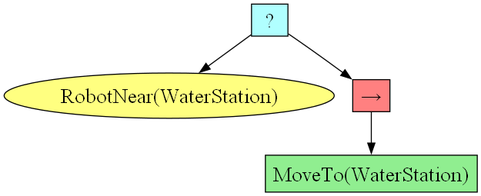
Above: test_exp/behavior_tree.png in DIDS-EI/BTPG (Graphviz), before the change. Its source is kept beside it as test_exp/behavior_tree.dot.
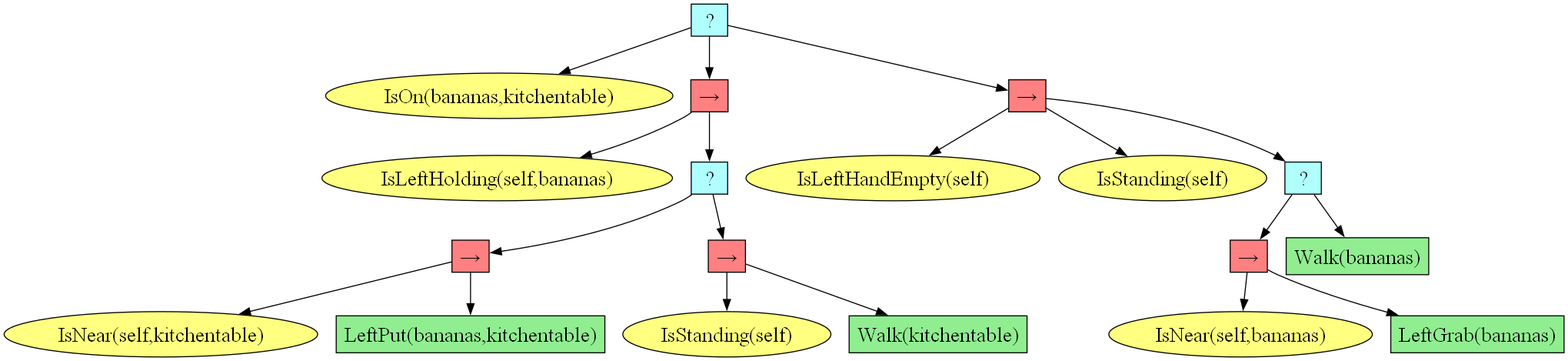
After the change.

The edit, as a diff of the source:
```diff
@@ -3,11 +3,41 @@
 graph [fontname="times-roman"];
 node [fontname="times-roman"];
 edge [fontname="times-roman"];
-"3682ac5f-3f0c-4589-946e-33cbb49733e6" [fillcolor="#B0FFFF", fontcolor=black, fontsize=20, height=0.01, label=" ? ", shape=box, style=filled, width=0.01];
-"6dd4cdb3-5565-4284-be85-cabf64c3326d" [fillcolor="#FFFF80", fontcolor=black, fontsize=20, label="RobotNear(WaterStation)", shape=ellipse, style=filled];
-"3682ac5f-3f0c-4589-946e-33cbb49733e6" -> "6dd4cdb3-5565-4284-be85-cabf64c3326d";
-"3d406a07-ed94-4895-8a86-f107ba8ebd3d" [fillcolor="#FF8080", fontcolor=black, fontsize=20, height=0.01, label="&rarr;", shape=box, style=filled, width=0.01];
-"3682ac5f-3f0c-4589-946e-33cbb49733e6" -> "3d406a07-ed94-4895-8a86-f107ba8ebd3d";
-"e2eb79e3-df96-4b8c-af42-9c1dff7f5a15" [fillcolor=lightgreen, fontcolor=black, fontsize=20, label="MoveTo(WaterStation)", shape=box, style=filled];
-"3d406a07-ed94-4895-8a86-f107ba8ebd3d" -> "e2eb79e3-df96-4b8c-af42-9c1dff7f5a15";
+"40f82983-9d9c-406b-8596-ec997982a6ed" [fillcolor="#B0FFFF", fontcolor=black, fontsize=20, height=0.01, label=" ? ", shape=box, style=filled, width=0.01];
+"16200e71-0574-4304-a02e-e43d4520b7f6" [fillcolor="#FFFF80", fontcolor=black, fontsize=20, label="IsOn(bananas,kitchentable)", shape=ellipse, style=filled];
+"40f82983-9d9c-406b-8596-ec997982a6ed" -> "16200e71-0574-4304-a02e-e43d4520b7f6";
+"a3d5c5c7-b396-41d6-abc4-cf937ff321f8" [fillcolor="#FF8080", fontcolor=black, fontsize=20, height=0.01, label="&rarr;", shape=box, style=filled, width=0.01];
+"40f82983-9d9c-406b-8596-ec997982a6ed" -> "a3d5c5c7-b396-41d6-abc4-cf937ff321f8";
+"e4f90367-a468-4d9b-9986-2e297e361738" [fillcolor="#FFFF80", fontcolor=black, fontsize=20, label="IsLeftHolding(self,bananas)", shape=ellipse, style=filled];
+"a3d5c5c7-b396-41d6-abc4-cf937ff321f8" -> "e4f90367-a468-4d9b-9986-2e297e361738";
+"5a3b6505-2d5f-41e8-a112-a7fbfb0b7207" [fillcolor="#B0FFFF", fontcolor=black, fontsize=20, height=0.01, label=" ? ", shape=box, style=filled, width=0.01];
+"a3d5c5c7-b396-41d6-abc4-cf937ff321f8" -> "5a3b6505-2d5f-41e8-a112-a7fbfb0b7207";
+"6379d0ea-50d9-4bb2-a4da-4aa83838ca2d" [fillcolor="#FF8080", fontcolor=black, fontsize=20, height=0.01, label="&rarr;", shape=box, style=filled, width=0.01];
+"5a3b6505-2d5f-41e8-a112-a7fbfb0b7207" -> "6379d0ea-50d9-4bb2-a4da-4aa83838ca2d";
+"ab361e4c-1574-41ef-80e0-39c66134d927" [fillcolor="#FFFF80", fontcolor=black, fontsize=20, label="IsNear(self,kitchentable)", shape=ellipse, style=filled];
+"6379d0ea-50d9-4bb2-a4da-4aa83838ca2d" -> "ab361e4c-1574-41ef-80e0-39c66134d927";
+"bf61431f-1dd8-4c15-87e6-ecb0b1310901" [fillcolor=lightgreen, fontcolor=black, fontsize=20, label="LeftPut(bananas,kitchentable)", shape=box, style=filled];
+"6379d0ea-50d9-4bb2-a4da-4aa83838ca2d" -> "bf61431f-1dd8-4c15-87e6-ecb0b1310901";
+"74c73ca9-314f-4df0-a4b1-ecd2e4e188db" [fillcolor="#FF8080", fontcolor=black, fontsize=20, height=0.01, label="&rarr;", shape=box, style=filled, width=0.01];
+"5a3b6505-2d5f-41e8-a112-a7fbfb0b7207" -> "74c73ca9-314f-4df0-a4b1-ecd2e4e188db";
+"d01ee830-f73d-4e5c-ac31-7da692244c28" [fillcolor="#FFFF80", fontcolor=black, fontsize=20, label="IsStanding(self)", shape=ellipse, style=filled];
+"74c73ca9-314f-4df0-a4b1-ecd2e4e188db" -> "d01ee830-f73d-4e5c-ac31-7da692244c28";
+"3198800f-9385-4e59-a275-16dbc992dbc7" [fillcolor=lightgreen, fontcolor=black, fontsize=20, label="Walk(kitchentable)", shape=box, style=filled];
+"74c73ca9-314f-4df0-a4b1-ecd2e4e188db" -> "3198800f-9385-4e59-a275-16dbc992dbc7";
+"9b5aa33a-eee5-478f-9d2c-d781448f0702" [fillcolor="#FF8080", fontcolor=black, fontsize=20, height=0.01, label="&rarr;", shape=box, style=filled, width=0.01];
+"40f82983-9d9c-406b-8596-ec997982a6ed" -> "9b5aa33a-eee5-478f-9d2c-d781448f0702";
+"8ae724f1-8840-4f36-9e93-8e6c21063c74" [fillcolor="#FFFF80", fontcolor=black, fontsize=20, label="IsLeftHandEmpty(self)", shape=ellipse, style=filled];
+"9b5aa33a-eee5-478f-9d2c-d781448f0702" -> "8ae724f1-8840-4f36-9e93-8e6c21063c74";
+"03ac7de2-fa3b-4048-a3b3-c958cc95be7e" [fillcolor="#FFFF80", fontcolor=black, fontsize=20, label="IsStanding(self)", shape=ellipse, style=filled];
+"9b5aa33a-eee5-478f-9d2c-d781448f0702" -> "03ac7de2-fa3b-4048-a3b3-c958cc95be7e";
+"6b944195-2440-4d86-be34-6f605774c98a" [fillcolor="#B0FFFF", fontcolor=black, fontsize=20, height=0.01, label=" ? ", shape=box, style=filled, width=0.01];
+"9b5aa33a-eee5-478f-9d2c-d781448f0702" -> "6b944195-2440-4d86-be34-6f605774c98a";
+"51a212ee-7208-40d9-b470-fb4bcd508642" [fillcolor="#FF8080", fontcolor=black, fontsize=20, height=0.01, label="&rarr;", shape=box, style=filled, width=0.01];
+"6b944195-2440-4d86-be34-6f605774c98a" -> "51a212ee-7208-40d9-b470-fb4bcd508642";
+"e76e73ae-3564-4c4c-bcc8-80feda7fb6dc" [fillcolor="#FFFF80", fontcolor=black, fontsize=20, label="IsNear(self,bananas)", shape=ellipse, style=filled];
+"51a212ee-7208-40d9-b470-fb4bcd508642" -> "e76e73ae-3564-4c4c-bcc8-80feda7fb6dc";
+"1214ef18-2906-473e-bc9c-2d9bc7a5118d" [fillcolor=lightgreen, fontcolor=black, fontsize=20, label="LeftGrab(bananas)", shape=box, style=filled];
+"51a212ee-7208-40d9-b470-fb4bcd508642" -> "1214ef18-2906-473e-bc9c-2d9bc7a5118d";
+"0d3661cf-f8e1-4c2d-b9e7-064c564ba4e1" [fillcolor=lightgreen, fontcolor=black, fontsize=20, label="Walk(bananas)", shape=box, style=filled];
+"6b944195-2440-4d86-be34-6f605774c98a" -> "0d3661cf-f8e1-4c2d-b9e7-064c564ba4e1";
 }
```
